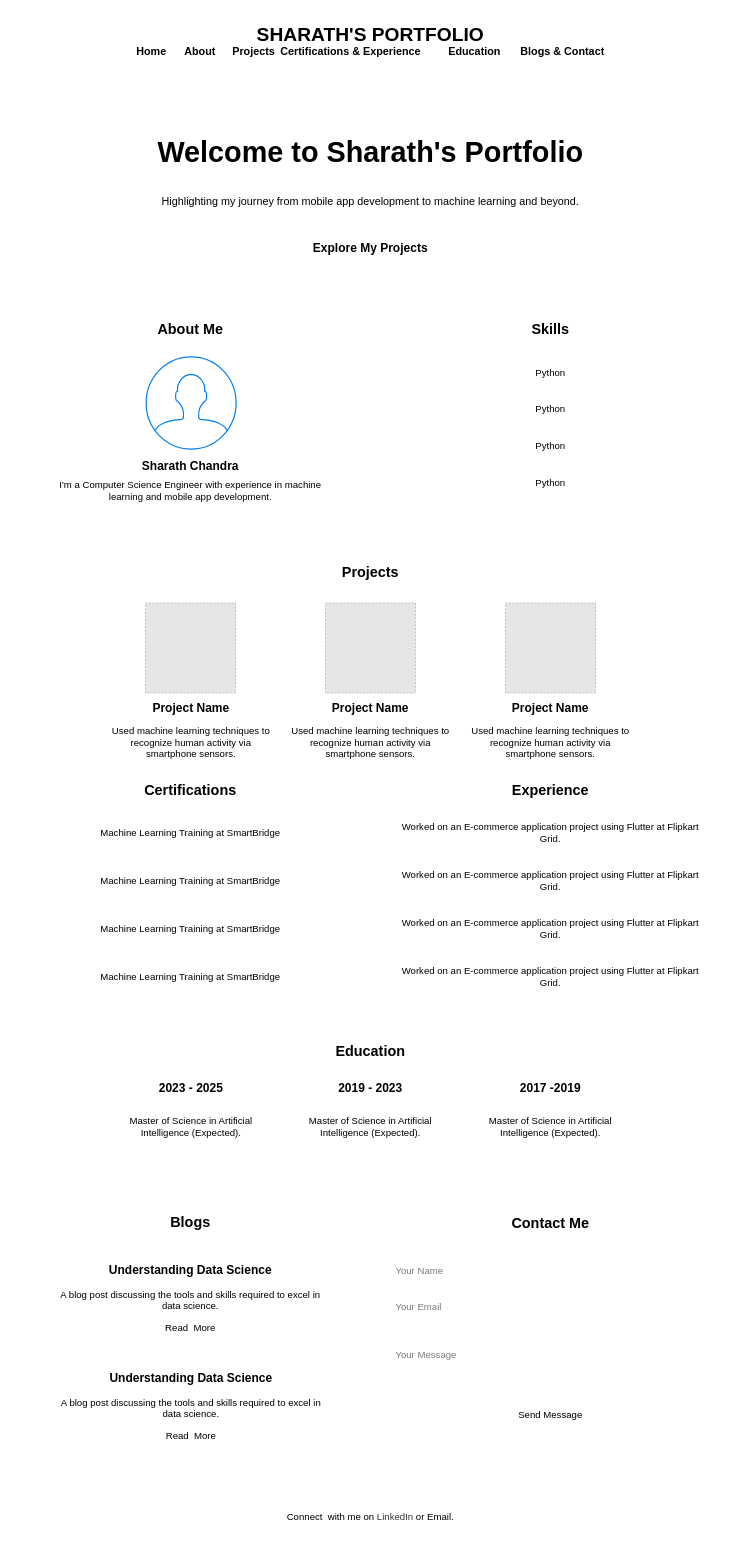
dumpalisharathchandrareddy/demo-repo keeps this draw.io diagram as Portfolio.drawio. Above is the earlier version. Source tidied: cells renumbered, new cells numbered last; positions are measured from the earlier drawing's top-left corner, leaving out a move shared by most shapes. Both pictures are drawn from the tidied source at 60%, with x=0, y=0 at pixel (10, 10). Pictures stored in the file or linked from it are replaced by grey dashed boxes.
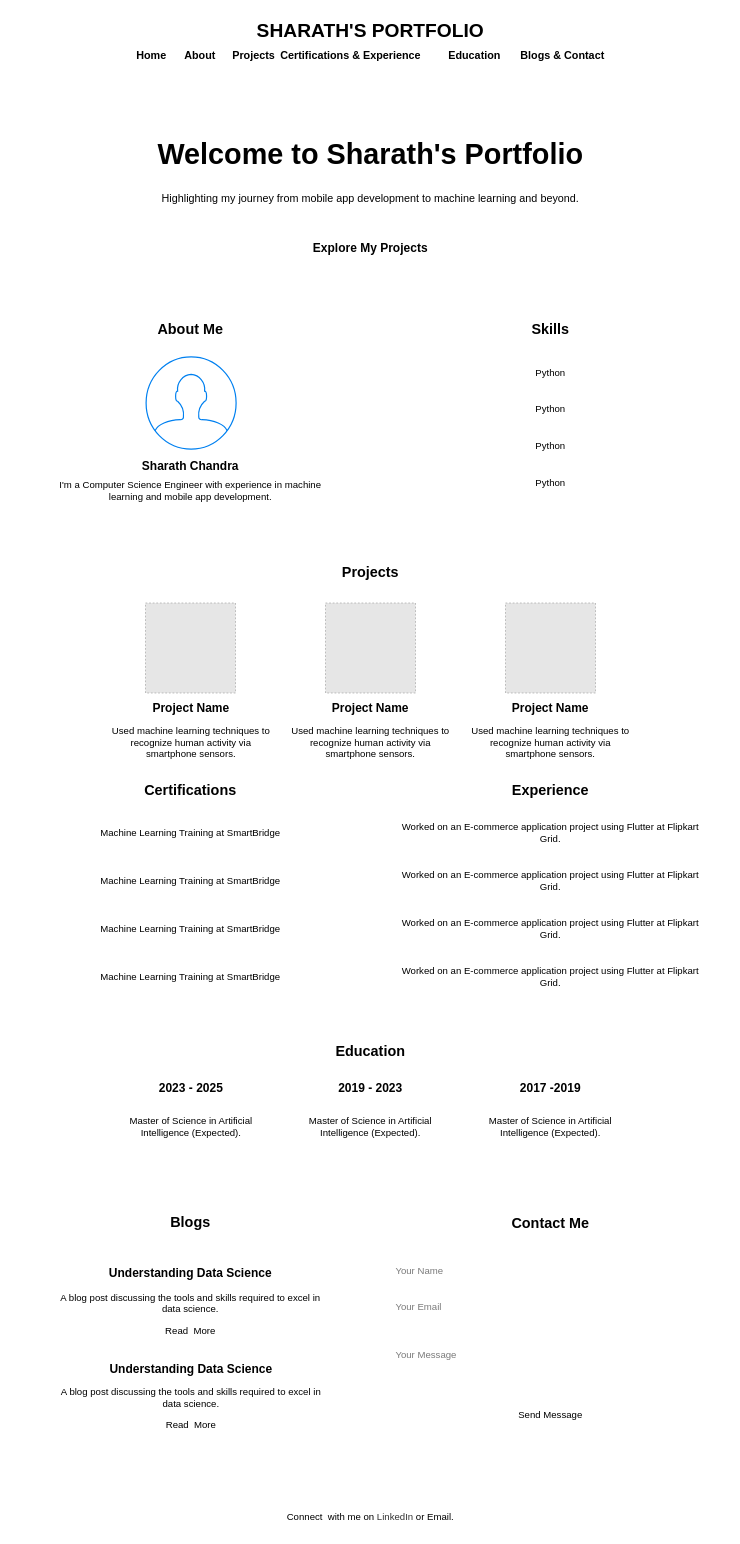
Above is the later version.

The edit, as a diff of the source:
```diff
@@
-    <mxCell id="2" value="&lt;div&gt;&lt;font size=&quot;1&quot;&gt;&lt;b style=&quot;font-size: 32px;&quot;&gt;SHARATH'S PORTFOLIO&lt;/b&gt;&lt;/font&gt;&lt;/div&gt;&lt;div style=&quot;font-size: 18px;&quot;&gt;&lt;font style=&quot;font-size: 18px;&quot;&gt;&lt;b style=&quot;&quot;&gt;Home &lt;span style=&quot;white-space: pre;&quot;&gt;&#9;&lt;/span&gt;&lt;/b&gt;&lt;b&gt;About &lt;span style=&quot;white-space: pre;&quot;&gt;&#9;&lt;/span&gt;Projects &lt;span style=&quot;white-space: pre;&quot;&gt;&#9;&lt;/span&gt;Certifications &amp;amp; Experience &lt;span style=&quot;white-space: pre;&quot;&gt;&#9;&lt;/span&gt;Education &lt;span style=&quot;white-space: pre;&quot;&gt;&#9;&lt;/span&gt;Blogs &amp;amp; Contact&lt;br&gt;&lt;/b&gt;&lt;/font&gt;&lt;/div&gt;" style="text;html=1;align=center;verticalAlign=middle;whiteSpace=wrap;rounded=0;strokeColor=none;" parent="1" vertex="1">
+    <mxCell id="2" value="&lt;div&gt;&lt;font size=&quot;1&quot;&gt;&lt;b style=&quot;font-size: 32px;&quot;&gt;SHARATH'S PORTFOLIO&lt;/b&gt;&lt;/font&gt;&lt;/div&gt;&lt;div style=&quot;line-height: 50%;&quot;&gt;&lt;font size=&quot;1&quot;&gt;&lt;b style=&quot;font-size: 32px;&quot;&gt;&lt;br&gt;&lt;/b&gt;&lt;/font&gt;&lt;/div&gt;&lt;div style=&quot;font-size: 18px;&quot;&gt;&lt;font style=&quot;font-size: 18px;&quot;&gt;&lt;b style=&quot;&quot;&gt;Home &lt;span style=&quot;white-space: pre;&quot;&gt;&#9;&lt;/span&gt;&lt;/b&gt;&lt;b&gt;About &lt;span style=&quot;white-space: pre;&quot;&gt;&#9;&lt;/span&gt;Projects &lt;span style=&quot;white-space: pre;&quot;&gt;&#9;&lt;/span&gt;Certifications &amp;amp; Experience &lt;span style=&quot;white-space: pre;&quot;&gt;&#9;&lt;/span&gt;Education &lt;span style=&quot;white-space: pre;&quot;&gt;&#9;&lt;/span&gt;Blogs &amp;amp; Contact&lt;br&gt;&lt;/b&gt;&lt;/font&gt;&lt;/div&gt;" style="text;html=1;align=center;verticalAlign=middle;whiteSpace=wrap;rounded=0;strokeColor=none;" parent="1" vertex="1">
       <mxGeometry width="1200" height="100" as="geometry" />
     </mxCell>
-    <mxCell id="3" value="&lt;h1&gt;&lt;font style=&quot;font-size: 48px;&quot;&gt;Welcome to Sharath's Portfolio&lt;/font&gt;&lt;/h1&gt;&lt;br&gt;        &lt;p&gt;&lt;font style=&quot;font-size: 18px;&quot;&gt;Highlighting my journey from mobile app development to machine learning and beyond.&lt;/font&gt;&lt;/p&gt;&lt;p&gt;&lt;font style=&quot;font-size: 18px;&quot;&gt;&lt;br&gt;&lt;/font&gt;&lt;/p&gt;&lt;p&gt;&lt;font style=&quot;font-size: 18px;&quot;&gt;&lt;br&gt;&lt;/font&gt;&lt;/p&gt;" style="text;html=1;align=center;verticalAlign=middle;whiteSpace=wrap;rounded=0;" parent="1" vertex="1">
+    <mxCell id="3" value="&lt;p style=&quot;line-height: 50%;&quot;&gt;&lt;/p&gt;&lt;h1&gt;&lt;font style=&quot;font-size: 48px;&quot;&gt;Welcome to Sharath's Portfolio&lt;/font&gt;&lt;/h1&gt;&lt;div style=&quot;line-height: 50%;&quot;&gt;&lt;br&gt;&lt;/div&gt;        &lt;p&gt;&lt;font style=&quot;font-size: 18px;&quot;&gt;Highlighting my journey from mobile app development to machine learning and beyond.&lt;/font&gt;&lt;/p&gt;&lt;p&gt;&lt;font style=&quot;font-size: 18px;&quot;&gt;&lt;br&gt;&lt;/font&gt;&lt;/p&gt;&lt;p&gt;&lt;font style=&quot;font-size: 18px;&quot;&gt;&lt;br&gt;&lt;/font&gt;&lt;/p&gt;&lt;p&gt;&lt;/p&gt;" style="text;html=1;align=center;verticalAlign=middle;whiteSpace=wrap;rounded=0;" parent="1" vertex="1">
       <mxGeometry y="100" width="1200" height="400" as="geometry" />
     </mxCell>
@@
     <mxCell id="36" value="&lt;div style=&quot;font-size: 16px;&quot; class=&quot;blog-post&quot;&gt;&lt;br&gt;                &lt;h3&gt;&lt;font style=&quot;font-size: 20px;&quot;&gt;Understanding Data Science&lt;/font&gt;&lt;/h3&gt;                &lt;p&gt;&lt;font style=&quot;font-size: 16px;&quot;&gt;A blog post discussing the tools and skills required to excel in data science.&lt;/font&gt;&lt;/p&gt;&lt;p&gt;&lt;font style=&quot;font-size: 16px;&quot;&gt;Read&amp;nbsp; More&lt;br&gt;&lt;/font&gt;&lt;/p&gt;                            &lt;/div&gt;" style="text;html=1;align=center;verticalAlign=middle;whiteSpace=wrap;rounded=0;" parent="1" vertex="1">
-      <mxGeometry x="80" y="2060" width="440" height="150" as="geometry" />
+      <mxGeometry x="80" y="2080" width="440" height="120" as="geometry" />
     </mxCell>
-    <mxCell id="37" value="&lt;div style=&quot;font-size: 16px;&quot; class=&quot;blog-post&quot;&gt;&lt;br&gt;                &lt;h3&gt;&lt;font style=&quot;font-size: 20px;&quot;&gt;Understanding Data Science&lt;/font&gt;&lt;/h3&gt;                &lt;p&gt;&lt;font style=&quot;font-size: 16px;&quot;&gt;A blog post discussing the tools and skills required to excel in data science.&lt;/font&gt;&lt;/p&gt;&lt;p&gt;&lt;font style=&quot;font-size: 16px;&quot;&gt;Read&amp;nbsp; More&lt;br&gt;&lt;/font&gt;&lt;/p&gt;                            &lt;/div&gt;" style="text;html=1;align=center;verticalAlign=middle;whiteSpace=wrap;rounded=0;" parent="1" vertex="1">
-      <mxGeometry x="81" y="2240" width="440" height="150" as="geometry" />
+    <mxCell id="37" value="&lt;div style=&quot;font-size: 16px;&quot; class=&quot;blog-post&quot;&gt;&lt;br style=&quot;font-size: 16px;&quot;&gt;                &lt;h3 style=&quot;font-size: 16px;&quot;&gt;&lt;font style=&quot;font-size: 20px;&quot;&gt;Understanding Data Science&lt;/font&gt;&lt;/h3&gt;                &lt;p style=&quot;font-size: 16px;&quot;&gt;&lt;font style=&quot;font-size: 16px;&quot;&gt;A blog post discussing the tools and skills required to excel in data science.&lt;/font&gt;&lt;/p&gt;&lt;p style=&quot;font-size: 16px;&quot;&gt;&lt;font style=&quot;font-size: 16px;&quot;&gt;Read&amp;nbsp; More&lt;br style=&quot;font-size: 16px;&quot;&gt;&lt;/font&gt;&lt;/p&gt;                            &lt;/div&gt;" style="text;html=1;align=center;verticalAlign=middle;whiteSpace=wrap;rounded=0;fontSize=16;spacing=0;" parent="1" vertex="1">
+      <mxGeometry x="81" y="2240" width="440" height="120" as="geometry" />
     </mxCell>
```
